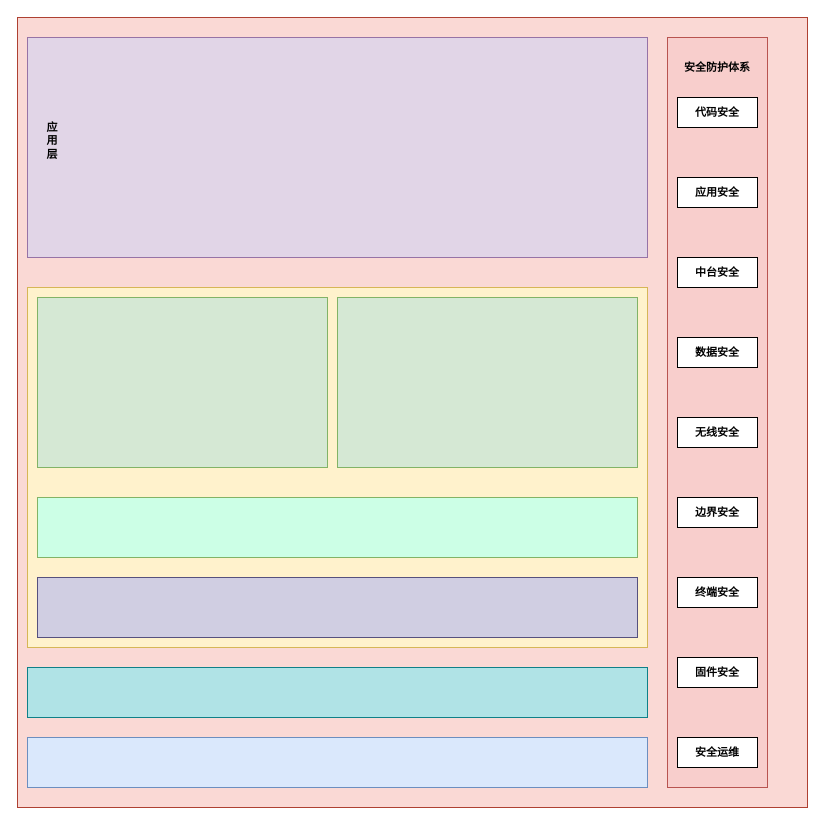
Earlier version of the draw.io diagram Untitled Diagram.drawio (gdaybreak/gtlRepository). Source tidied: cells renumbered, new cells numbered last; positions are measured from the earlier drawing's top-left corner, leaving out a move shared by most shapes. Both pictures are drawn from the tidied source at 100%, with x=0, y=0 at pixel (17, 17).
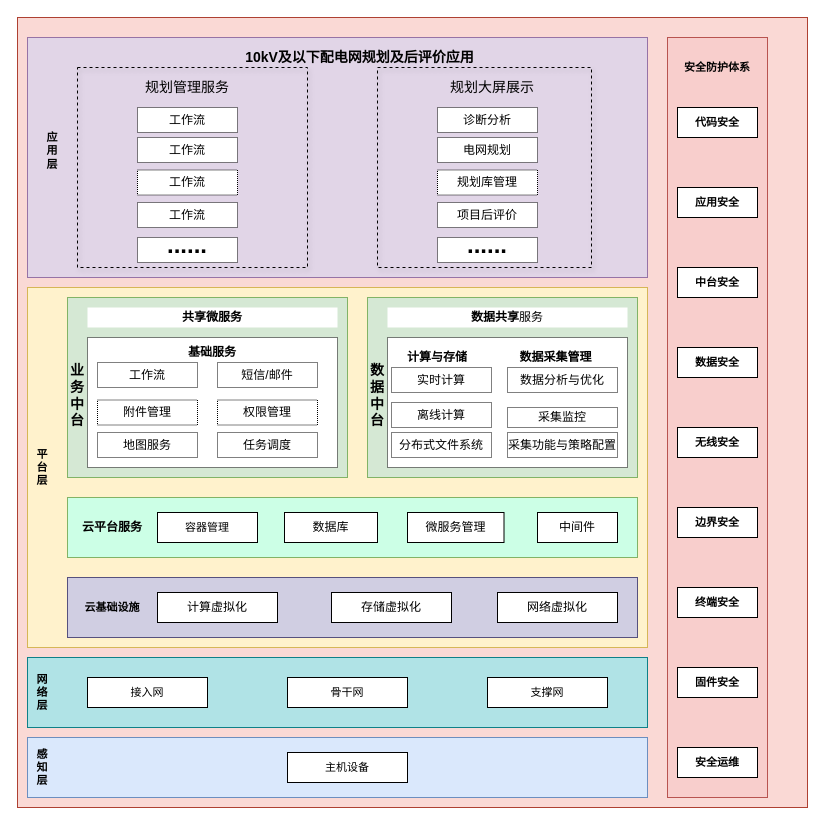
Above is the later version.

Commit message:
湖南规划项目系统逻辑架构

Change to the diagram source:
```diff
@@
     <mxCell id="3" style="rounded=0;whiteSpace=wrap;html=1;hachureGap=4;fillColor=#e1d5e7;strokeColor=#9673a6;" parent="1" vertex="1">
-      <mxGeometry x="10" y="20" width="620" height="220" as="geometry" />
+      <mxGeometry x="10" y="20" width="620" height="240" as="geometry" />
     </mxCell>
@@
     <mxCell id="5" style="rounded=0;whiteSpace=wrap;html=1;hachureGap=4;fillColor=#b0e3e6;strokeColor=#0e8088;" parent="1" vertex="1">
-      <mxGeometry x="10" y="650" width="620" height="50" as="geometry" />
+      <mxGeometry x="10" y="640" width="620" height="70" as="geometry" />
     </mxCell>
     <mxCell id="6" style="rounded=0;whiteSpace=wrap;html=1;hachureGap=4;fillColor=#dae8fc;strokeColor=#6c8ebf;" parent="1" vertex="1">
-      <mxGeometry x="10" y="720" width="620" height="50" as="geometry" />
+      <mxGeometry x="10" y="720" width="620" height="60" as="geometry" />
     </mxCell>
     <mxCell id="7" style="rounded=0;whiteSpace=wrap;html=1;hachureGap=4;fillColor=#f8cecc;strokeColor=#b85450;" parent="1" vertex="1">
-      <mxGeometry x="650" y="20" width="100" height="750" as="geometry" />
+      <mxGeometry x="650" y="20" width="100" height="760" as="geometry" />
     </mxCell>
     <mxCell id="8" style="rounded=0;whiteSpace=wrap;html=1;hachureGap=4;fillColor=#d5e8d4;strokeColor=#82b366;" parent="1" vertex="1">
-      <mxGeometry x="20" y="280" width="290" height="170" as="geometry" />
+      <mxGeometry x="50" y="280" width="280" height="180" as="geometry" />
     </mxCell>
     <mxCell id="9" style="rounded=0;whiteSpace=wrap;html=1;hachureGap=4;fillColor=#d5e8d4;strokeColor=#82b366;" parent="1" vertex="1">
-      <mxGeometry x="320" y="280" width="300" height="170" as="geometry" />
+      <mxGeometry x="350" y="280" width="270" height="180" as="geometry" />
     </mxCell>
     <mxCell id="10" style="rounded=0;whiteSpace=wrap;html=1;hachureGap=4;fillColor=#CCFFE6;strokeColor=#82b366;" parent="1" vertex="1">
-      <mxGeometry x="20" y="480" width="600" height="60" as="geometry" />
+      <mxGeometry x="50" y="480" width="570" height="60" as="geometry" />
     </mxCell>
     <mxCell id="11" style="rounded=0;whiteSpace=wrap;html=1;hachureGap=4;fillColor=#d0cee2;strokeColor=#56517e;" parent="1" vertex="1">
-      <mxGeometry x="20" y="560" width="600" height="60" as="geometry" />
+      <mxGeometry x="50" y="560" width="570" height="60" as="geometry" />
     </mxCell>
@@
-    <mxCell id="13" style="rounded=0;whiteSpace=wrap;html=1;hachureGap=4;fontSize=11;" parent="1" vertex="1">
-      <mxGeometry x="660" y="80" width="80" height="30" as="geometry" />
-    </mxCell>
     <mxCell id="14" value="&lt;b&gt;代码安全&lt;/b&gt;" style="rounded=0;whiteSpace=wrap;html=1;hachureGap=4;fontSize=11;" parent="1" vertex="1">
-      <mxGeometry x="660" y="80" width="80" height="30" as="geometry" />
+      <mxGeometry x="660" y="90" width="80" height="30" as="geometry" />
     </mxCell>
     <mxCell id="15" value="&lt;b&gt;应用安全&lt;/b&gt;" style="rounded=0;whiteSpace=wrap;html=1;hachureGap=4;fontSize=11;" parent="1" vertex="1">
-      <mxGeometry x="660" y="160" width="80" height="30" as="geometry" />
+      <mxGeometry x="660" y="170" width="80" height="30" as="geometry" />
     </mxCell>
     <mxCell id="16" value="&lt;b&gt;中台安全&lt;/b&gt;" style="rounded=0;whiteSpace=wrap;html=1;hachureGap=4;fontSize=11;" parent="1" vertex="1">
-      <mxGeometry x="660" y="240" width="80" height="30" as="geometry" />
+      <mxGeometry x="660" y="250" width="80" height="30" as="geometry" />
     </mxCell>
     <mxCell id="17" value="&lt;b&gt;数据安全&lt;/b&gt;" style="rounded=0;whiteSpace=wrap;html=1;hachureGap=4;fontSize=11;" parent="1" vertex="1">
-      <mxGeometry x="660" y="320" width="80" height="30" as="geometry" />
+      <mxGeometry x="660" y="330" width="80" height="30" as="geometry" />
     </mxCell>
     <mxCell id="18" value="&lt;b&gt;无线安全&lt;/b&gt;" style="rounded=0;whiteSpace=wrap;html=1;hachureGap=4;fontSize=11;" parent="1" vertex="1">
-      <mxGeometry x="660" y="400" width="80" height="30" as="geometry" />
+      <mxGeometry x="660" y="410" width="80" height="30" as="geometry" />
     </mxCell>
     <mxCell id="19" value="&lt;b&gt;边界安全&lt;/b&gt;" style="rounded=0;whiteSpace=wrap;html=1;hachureGap=4;fontSize=11;" parent="1" vertex="1">
-      <mxGeometry x="660" y="480" width="80" height="30" as="geometry" />
+      <mxGeometry x="660" y="490" width="80" height="30" as="geometry" />
     </mxCell>
     <mxCell id="20" value="&lt;b&gt;终端安全&lt;/b&gt;" style="rounded=0;whiteSpace=wrap;html=1;hachureGap=4;fontSize=11;" parent="1" vertex="1">
-      <mxGeometry x="660" y="560" width="80" height="30" as="geometry" />
+      <mxGeometry x="660" y="570" width="80" height="30" as="geometry" />
     </mxCell>
     <mxCell id="21" value="&lt;b&gt;固件安全&lt;/b&gt;" style="rounded=0;whiteSpace=wrap;html=1;hachureGap=4;fontSize=11;" parent="1" vertex="1">
-      <mxGeometry x="660" y="640" width="80" height="30" as="geometry" />
+      <mxGeometry x="660" y="650" width="80" height="30" as="geometry" />
     </mxCell>
     <mxCell id="22" value="&lt;b&gt;安全运维&lt;/b&gt;" style="rounded=0;whiteSpace=wrap;html=1;hachureGap=4;fontSize=11;" parent="1" vertex="1">
-      <mxGeometry x="660" y="720" width="80" height="30" as="geometry" />
+      <mxGeometry x="660" y="730" width="80" height="30" as="geometry" />
     </mxCell>
     <mxCell id="23" value="应&lt;br&gt;用&lt;br&gt;层&lt;br&gt;&lt;br&gt;" style="text;html=1;strokeColor=none;fillColor=none;align=center;verticalAlign=middle;whiteSpace=wrap;rounded=0;hachureGap=4;fontSize=11;fontStyle=1;" parent="1" vertex="1">
-      <mxGeometry x="20" y="50" width="30" height="160" as="geometry" />
+      <mxGeometry x="20" y="60" width="30" height="160" as="geometry" />
     </mxCell>
+    <mxCell id="24" value="平&lt;br&gt;台&lt;br&gt;层" style="text;html=1;strokeColor=none;fillColor=none;align=center;verticalAlign=middle;whiteSpace=wrap;rounded=0;hachureGap=4;fontSize=11;fontStyle=1;" parent="1" vertex="1">
+      <mxGeometry x="10" y="370" width="30" height="160" as="geometry" />
+    </mxCell>
+    <mxCell id="25" value="&lt;b&gt;网络层&lt;/b&gt;" style="text;html=1;strokeColor=none;fillColor=none;align=center;verticalAlign=middle;whiteSpace=wrap;rounded=0;hachureGap=4;fontSize=11;" parent="1" vertex="1">
+      <mxGeometry x="15" y="650" width="20" height="50" as="geometry" />
+    </mxCell>
+    <mxCell id="26" value="&lt;b&gt;感知层&lt;/b&gt;" style="text;html=1;strokeColor=none;fillColor=none;align=center;verticalAlign=middle;whiteSpace=wrap;rounded=0;hachureGap=4;fontSize=11;" parent="1" vertex="1">
+      <mxGeometry x="15" y="725" width="20" height="50" as="geometry" />
+    </mxCell>
+    <mxCell id="27" value="主机设备" style="rounded=0;whiteSpace=wrap;html=1;hachureGap=4;fontSize=11;" parent="1" vertex="1">
+      <mxGeometry x="270" y="735" width="120" height="30" as="geometry" />
+    </mxCell>
+    <mxCell id="28" value="接入网" style="rounded=0;whiteSpace=wrap;html=1;hachureGap=4;fontSize=11;" parent="1" vertex="1">
+      <mxGeometry x="70" y="660" width="120" height="30" as="geometry" />
+    </mxCell>
+    <mxCell id="29" value="骨干网" style="rounded=0;whiteSpace=wrap;html=1;hachureGap=4;fontSize=11;" parent="1" vertex="1">
+      <mxGeometry x="270" y="660" width="120" height="30" as="geometry" />
+    </mxCell>
+    <mxCell id="30" value="支撑网" style="rounded=0;whiteSpace=wrap;html=1;hachureGap=4;fontSize=11;" parent="1" vertex="1">
+      <mxGeometry x="470" y="660" width="120" height="30" as="geometry" />
+    </mxCell>
+    <mxCell id="31" value="容器管理" style="rounded=0;whiteSpace=wrap;html=1;hachureGap=4;fontSize=11;" parent="1" vertex="1">
+      <mxGeometry x="140" y="495" width="100" height="30" as="geometry" />
+    </mxCell>
+    <mxCell id="32" value="&lt;b&gt;&lt;font style=&quot;font-size: 12px&quot;&gt;云平台服务&lt;/font&gt;&lt;/b&gt;" style="text;html=1;strokeColor=none;fillColor=none;align=center;verticalAlign=middle;whiteSpace=wrap;rounded=0;hachureGap=4;fontSize=12;" parent="1" vertex="1">
+      <mxGeometry x="60" y="500" width="70" height="20" as="geometry" />
+    </mxCell>
+    <mxCell id="33" value="&lt;b&gt;云基础设施&lt;/b&gt;" style="text;html=1;strokeColor=none;fillColor=none;align=center;verticalAlign=middle;whiteSpace=wrap;rounded=0;hachureGap=4;fontSize=11;" parent="1" vertex="1">
+      <mxGeometry x="60" y="580" width="70" height="20" as="geometry" />
+    </mxCell>
+    <mxCell id="34" value="数据库" style="rounded=0;whiteSpace=wrap;html=1;hachureGap=4;fontSize=12;" parent="1" vertex="1">
+      <mxGeometry x="267" y="495" width="93" height="30" as="geometry" />
+    </mxCell>
+    <mxCell id="35" value="微服务管理" style="rounded=0;whiteSpace=wrap;html=1;hachureGap=4;fontSize=12;" parent="1" vertex="1">
+      <mxGeometry x="390" y="495" width="96.5" height="30" as="geometry" />
+    </mxCell>
+    <mxCell id="36" value="中间件" style="rounded=0;whiteSpace=wrap;html=1;hachureGap=4;fontSize=12;" parent="1" vertex="1">
+      <mxGeometry x="520" y="495" width="80" height="30" as="geometry" />
+    </mxCell>
+    <mxCell id="37" value="计算虚拟化" style="rounded=0;whiteSpace=wrap;html=1;hachureGap=4;fontSize=12;" parent="1" vertex="1">
+      <mxGeometry x="140" y="575" width="120" height="30" as="geometry" />
+    </mxCell>
+    <mxCell id="38" value="存储虚拟化" style="rounded=0;whiteSpace=wrap;html=1;hachureGap=4;fontSize=12;" parent="1" vertex="1">
+      <mxGeometry x="314" y="575" width="120" height="30" as="geometry" />
+    </mxCell>
+    <mxCell id="39" value="网络虚拟化" style="rounded=0;whiteSpace=wrap;html=1;hachureGap=4;fontSize=12;" parent="1" vertex="1">
+      <mxGeometry x="480" y="575" width="120" height="30" as="geometry" />
+    </mxCell>
+    <mxCell id="40" value="&lt;b&gt;共享微服务&lt;/b&gt;" style="rounded=0;whiteSpace=wrap;html=1;hachureGap=4;fontSize=12;strokeColor=none;" parent="1" vertex="1">
+      <mxGeometry x="70" y="290" width="250" height="20" as="geometry" />
+    </mxCell>
+    <mxCell id="41" value="&lt;b&gt;数据共享&lt;/b&gt;服务" style="rounded=0;whiteSpace=wrap;html=1;hachureGap=4;fontSize=12;dashed=1;dashPattern=1 1;strokeColor=none;" parent="1" vertex="1">
+      <mxGeometry x="370" y="290" width="240" height="20" as="geometry" />
+    </mxCell>
+    <mxCell id="42" value="&lt;span style=&quot;font-size: 14px&quot;&gt;&lt;b&gt;数&lt;br&gt;据&lt;br&gt;中&lt;br&gt;台&lt;/b&gt;&lt;/span&gt;" style="text;html=1;strokeColor=none;fillColor=none;align=center;verticalAlign=middle;whiteSpace=wrap;rounded=0;dashed=1;dashPattern=1 1;hachureGap=4;fontSize=12;" parent="1" vertex="1">
+      <mxGeometry x="340" y="330" width="40" height="95" as="geometry" />
+    </mxCell>
+    <mxCell id="43" value="&lt;font style=&quot;font-size: 14px&quot;&gt;&lt;b&gt;业&lt;br&gt;务&lt;/b&gt;&lt;br&gt;&lt;b&gt;中&lt;br&gt;台&lt;/b&gt;&lt;/font&gt;" style="text;html=1;strokeColor=none;fillColor=none;align=center;verticalAlign=middle;whiteSpace=wrap;rounded=0;dashed=1;dashPattern=1 1;hachureGap=4;fontSize=12;" parent="1" vertex="1">
+      <mxGeometry x="50" y="330" width="20" height="95" as="geometry" />
+    </mxCell>
+    <mxCell id="44" style="rounded=0;whiteSpace=wrap;html=1;dashed=1;dashPattern=1 1;hachureGap=4;fontSize=12;" parent="1" vertex="1">
+      <mxGeometry x="70" y="320" width="250" height="130" as="geometry" />
+    </mxCell>
+    <mxCell id="45" style="rounded=0;whiteSpace=wrap;html=1;dashed=1;dashPattern=1 1;hachureGap=4;fontSize=12;" parent="1" vertex="1">
+      <mxGeometry x="370" y="320" width="240" height="130" as="geometry" />
+    </mxCell>
+    <mxCell id="46" value="工作流" style="rounded=0;whiteSpace=wrap;html=1;dashed=1;dashPattern=1 1;hachureGap=4;fontSize=12;" parent="1" vertex="1">
+      <mxGeometry x="80" y="345" width="100" height="25" as="geometry" />
+    </mxCell>
+    <mxCell id="47" value="&lt;b&gt;基础服务&lt;/b&gt;" style="text;html=1;strokeColor=none;fillColor=none;align=center;verticalAlign=middle;whiteSpace=wrap;rounded=0;dashed=1;dashPattern=1 1;hachureGap=4;fontSize=12;" parent="1" vertex="1">
+      <mxGeometry x="140" y="325" width="110" height="20" as="geometry" />
+    </mxCell>
+    <mxCell id="48" value="短信/邮件" style="rounded=0;whiteSpace=wrap;html=1;dashed=1;dashPattern=1 1;hachureGap=4;fontSize=12;" parent="1" vertex="1">
+      <mxGeometry x="200" y="345" width="100" height="25" as="geometry" />
+    </mxCell>
+    <mxCell id="49" value="附件管理" style="rounded=0;whiteSpace=wrap;html=1;dashed=1;dashPattern=1 1;hachureGap=4;fontSize=12;" parent="1" vertex="1">
+      <mxGeometry x="80" y="382.5" width="100" height="25" as="geometry" />
+    </mxCell>
+    <mxCell id="50" value="地图服务" style="rounded=0;whiteSpace=wrap;html=1;dashed=1;dashPattern=1 1;hachureGap=4;fontSize=12;" parent="1" vertex="1">
+      <mxGeometry x="80" y="415" width="100" height="25" as="geometry" />
+    </mxCell>
+    <mxCell id="51" value="权限管理" style="rounded=0;whiteSpace=wrap;html=1;dashed=1;dashPattern=1 1;hachureGap=4;fontSize=12;" parent="1" vertex="1">
+      <mxGeometry x="200" y="382.5" width="100" height="25" as="geometry" />
+    </mxCell>
+    <mxCell id="52" value="任务调度" style="rounded=0;whiteSpace=wrap;html=1;dashed=1;dashPattern=1 1;hachureGap=4;fontSize=12;" parent="1" vertex="1">
+      <mxGeometry x="200" y="415" width="100" height="25" as="geometry" />
+    </mxCell>
+    <mxCell id="53" value="&lt;b&gt;计算与存储&lt;/b&gt;" style="text;html=1;strokeColor=none;fillColor=none;align=center;verticalAlign=middle;whiteSpace=wrap;rounded=0;shadow=1;dashed=1;dashPattern=1 1;hachureGap=4;fontSize=12;" parent="1" vertex="1">
+      <mxGeometry x="380" y="330" width="80" height="20" as="geometry" />
+    </mxCell>
+    <mxCell id="54" value="&lt;b&gt;数据采集管理&lt;/b&gt;" style="text;html=1;strokeColor=none;fillColor=none;align=center;verticalAlign=middle;whiteSpace=wrap;rounded=0;shadow=1;dashed=1;dashPattern=1 1;hachureGap=4;fontSize=12;" parent="1" vertex="1">
+      <mxGeometry x="487" y="330" width="103" height="20" as="geometry" />
+    </mxCell>
+    <mxCell id="55" value="实时计算" style="rounded=0;whiteSpace=wrap;html=1;dashed=1;dashPattern=1 1;hachureGap=4;fontSize=12;" parent="1" vertex="1">
+      <mxGeometry x="374" y="350" width="100" height="25" as="geometry" />
+    </mxCell>
+    <mxCell id="56" value="离线计算" style="rounded=0;whiteSpace=wrap;html=1;dashed=1;dashPattern=1 1;hachureGap=4;fontSize=12;" parent="1" vertex="1">
+      <mxGeometry x="374" y="385" width="100" height="25" as="geometry" />
+    </mxCell>
+    <mxCell id="57" value="分布式文件系统" style="rounded=0;whiteSpace=wrap;html=1;dashed=1;dashPattern=1 1;hachureGap=4;fontSize=12;" parent="1" vertex="1">
+      <mxGeometry x="374" y="415" width="100" height="25" as="geometry" />
+    </mxCell>
+    <mxCell id="58" value="数据分析与优化" style="rounded=0;whiteSpace=wrap;html=1;dashed=1;dashPattern=1 1;hachureGap=4;fontSize=12;" parent="1" vertex="1">
+      <mxGeometry x="490" y="350" width="110" height="25" as="geometry" />
+    </mxCell>
+    <mxCell id="59" value="采集监控" style="rounded=0;whiteSpace=wrap;html=1;dashed=1;dashPattern=1 1;hachureGap=4;fontSize=12;" parent="1" vertex="1">
+      <mxGeometry x="490" y="390" width="110" height="20" as="geometry" />
+    </mxCell>
+    <mxCell id="60" value="采集功能与策略配置" style="rounded=0;whiteSpace=wrap;html=1;dashed=1;dashPattern=1 1;hachureGap=4;fontSize=12;" parent="1" vertex="1">
+      <mxGeometry x="490" y="415" width="110" height="25" as="geometry" />
+    </mxCell>
+    <mxCell id="61" value="10kV及以下配电网规划及后评价应用" style="text;html=1;strokeColor=none;fillColor=none;align=center;verticalAlign=middle;whiteSpace=wrap;rounded=0;shadow=1;dashed=1;dashPattern=1 1;hachureGap=4;fontSize=14;fontStyle=1;" parent="1" vertex="1">
+      <mxGeometry x="215" y="20" width="255" height="40" as="geometry" />
+    </mxCell>
+    <mxCell id="62" style="rounded=0;whiteSpace=wrap;html=1;shadow=1;dashed=1;hachureGap=4;fontSize=14;fillColor=none;" parent="1" vertex="1">
+      <mxGeometry x="60" y="50" width="230" height="200" as="geometry" />
+    </mxCell>
+    <mxCell id="63" style="rounded=0;whiteSpace=wrap;html=1;shadow=1;dashed=1;hachureGap=4;fontSize=14;fillColor=none;" parent="1" vertex="1">
+      <mxGeometry x="360" y="50" width="214" height="200" as="geometry" />
+    </mxCell>
+    <mxCell id="64" value="规划管理服务" style="text;html=1;strokeColor=none;fillColor=none;align=center;verticalAlign=middle;whiteSpace=wrap;rounded=0;shadow=1;dashed=1;hachureGap=4;fontSize=14;" parent="1" vertex="1">
+      <mxGeometry x="120" y="60" width="100" height="20" as="geometry" />
+    </mxCell>
+    <mxCell id="65" value="规划大屏展示" style="text;html=1;strokeColor=none;fillColor=none;align=center;verticalAlign=middle;whiteSpace=wrap;rounded=0;shadow=1;dashed=1;hachureGap=4;fontSize=14;" parent="1" vertex="1">
+      <mxGeometry x="420" y="60" width="110" height="20" as="geometry" />
+    </mxCell>
+    <mxCell id="66" value="工作流" style="rounded=0;whiteSpace=wrap;html=1;dashed=1;dashPattern=1 1;hachureGap=4;fontSize=12;" parent="1" vertex="1">
+      <mxGeometry x="120" y="90" width="100" height="25" as="geometry" />
+    </mxCell>
+    <mxCell id="67" value="工作流" style="rounded=0;whiteSpace=wrap;html=1;dashed=1;dashPattern=1 1;hachureGap=4;fontSize=12;" parent="1" vertex="1">
+      <mxGeometry x="120" y="120" width="100" height="25" as="geometry" />
+    </mxCell>
+    <mxCell id="68" value="工作流" style="rounded=0;whiteSpace=wrap;html=1;dashed=1;dashPattern=1 1;hachureGap=4;fontSize=12;" parent="1" vertex="1">
+      <mxGeometry x="120" y="152.5" width="100" height="25" as="geometry" />
+    </mxCell>
+    <mxCell id="69" value="工作流" style="rounded=0;whiteSpace=wrap;html=1;dashed=1;dashPattern=1 1;hachureGap=4;fontSize=12;" parent="1" vertex="1">
+      <mxGeometry x="120" y="185" width="100" height="25" as="geometry" />
+    </mxCell>
+    <mxCell id="70" value="诊断分析" style="rounded=0;whiteSpace=wrap;html=1;dashed=1;dashPattern=1 1;hachureGap=4;fontSize=12;" parent="1" vertex="1">
+      <mxGeometry x="420" y="90" width="100" height="25" as="geometry" />
+    </mxCell>
+    <mxCell id="71" value="电网规划" style="rounded=0;whiteSpace=wrap;html=1;dashed=1;dashPattern=1 1;hachureGap=4;fontSize=12;" parent="1" vertex="1">
+      <mxGeometry x="420" y="120" width="100" height="25" as="geometry" />
+    </mxCell>
+    <mxCell id="72" value="规划库管理" style="rounded=0;whiteSpace=wrap;html=1;dashed=1;dashPattern=1 1;hachureGap=4;fontSize=12;" parent="1" vertex="1">
+      <mxGeometry x="420" y="152.5" width="100" height="25" as="geometry" />
+    </mxCell>
+    <mxCell id="73" value="项目后评价" style="rounded=0;whiteSpace=wrap;html=1;dashed=1;dashPattern=1 1;hachureGap=4;fontSize=12;" parent="1" vertex="1">
+      <mxGeometry x="420" y="185" width="100" height="25" as="geometry" />
+    </mxCell>
+    <mxCell id="74" value="&lt;font style=&quot;font-size: 24px&quot;&gt;&lt;b&gt;......&lt;/b&gt;&lt;/font&gt;" style="rounded=0;whiteSpace=wrap;html=1;dashed=1;dashPattern=1 1;hachureGap=4;fontSize=12;verticalAlign=bottom;" parent="1" vertex="1">
+      <mxGeometry x="420" y="220" width="100" height="25" as="geometry" />
+    </mxCell>
+    <mxCell id="75" value="&lt;font style=&quot;font-size: 24px&quot;&gt;&lt;b&gt;......&lt;/b&gt;&lt;/font&gt;" style="rounded=0;whiteSpace=wrap;html=1;dashed=1;dashPattern=1 1;hachureGap=4;fontSize=12;verticalAlign=bottom;" parent="1" vertex="1">
+      <mxGeometry x="120" y="220" width="100" height="25" as="geometry" />
+    </mxCell>
```
